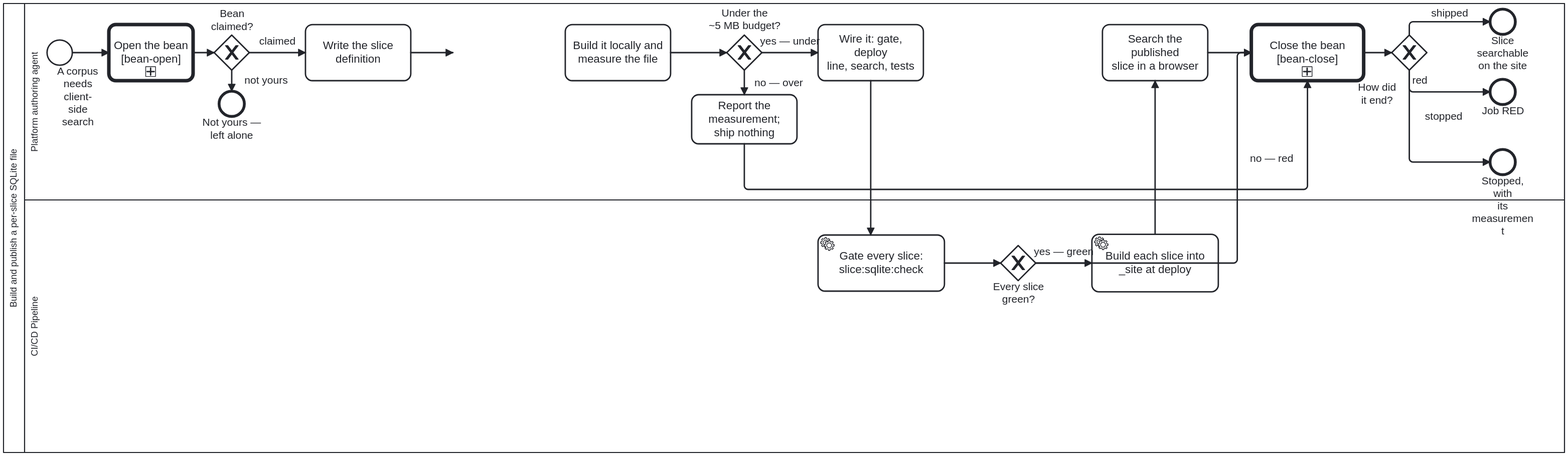
Above: docs/assets/img/workflows/slice-sqlite-publish.svg in litlfred/cat-harness (BPMN), before the change. Its source is kept beside it as processes/kg/slice-sqlite-publish.bpmn. Ids are renumbered.
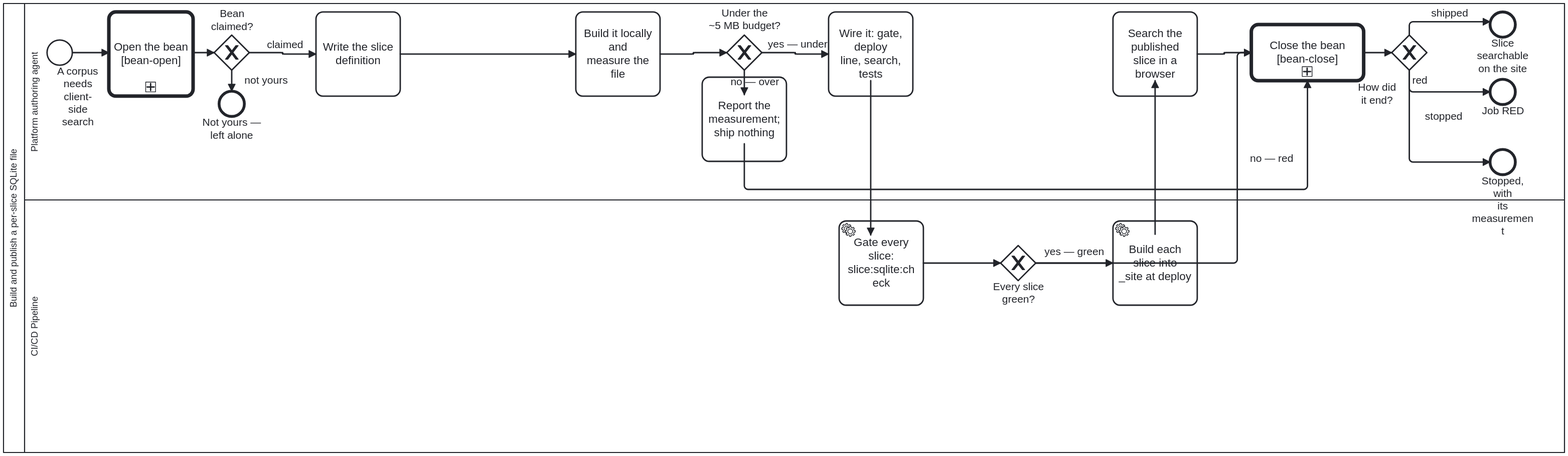
The same file after the commit.

What changed in the source:
```diff
@@ -196,29 +196,29 @@
       </bpmndi:BPMNShape>
       <bpmndi:BPMNShape id="Shape_Start_Need" bpmnElement="Start_Need">
         <dc:Bounds x="122" y="112" width="36" height="36" />
-        <bpmndi:BPMNLabel><dc:Bounds x="120.68" y="147.5" width="90" height="89" /></bpmndi:BPMNLabel>
-      </bpmndi:BPMNShape>
+
+      <bpmndi:BPMNLabel><dc:Bounds x="120.68" y="147.5" width="90" height="89" /></bpmndi:BPMNLabel></bpmndi:BPMNShape>
       <bpmndi:BPMNShape id="Shape_A_Define" bpmnElement="A_Define">
-        <dc:Bounds x="490" y="90" width="150" height="80" />
+        <dc:Bounds x="505" y="72" width="120" height="120" />
       </bpmndi:BPMNShape>
       <bpmndi:BPMNShape id="Shape_A_Measure" bpmnElement="A_Measure">
-        <dc:Bounds x="860" y="90" width="150" height="80" />
+        <dc:Bounds x="875" y="72" width="120" height="120" />
       </bpmndi:BPMNShape>
       <bpmndi:BPMNShape id="Shape_GW_Budget" bpmnElement="GW_Budget" isMarkerVisible="true">
         <dc:Bounds x="1090" y="105" width="50" height="50" />
-        <bpmndi:BPMNLabel><dc:Bounds x="1047.5" y="65" width="135" height="36" /></bpmndi:BPMNLabel>
-      </bpmndi:BPMNShape>
+
+      <bpmndi:BPMNLabel><dc:Bounds x="1047.5" y="65" width="135" height="36" /></bpmndi:BPMNLabel></bpmndi:BPMNShape>
       <bpmndi:BPMNShape id="Shape_A_Report" bpmnElement="A_Report">
-        <dc:Bounds x="1040" y="190" width="150" height="70" />
+        <dc:Bounds x="1055" y="165" width="120" height="120" />
       </bpmndi:BPMNShape>
       <bpmndi:BPMNShape id="Shape_End_Stopped" bpmnElement="End_Stopped">
         <dc:Bounds x="2177" y="268" width="36" height="36" />
       </bpmndi:BPMNShape>
       <bpmndi:BPMNShape id="Shape_A_Wire" bpmnElement="A_Wire">
-        <dc:Bounds x="1220" y="90" width="150" height="80" />
+        <dc:Bounds x="1235" y="72" width="120" height="120" />
       </bpmndi:BPMNShape>
       <bpmndi:BPMNShape id="Shape_A_Check" bpmnElement="A_Check">
-        <dc:Bounds x="1220" y="390" width="180" height="80" />
+        <dc:Bounds x="1250" y="370" width="120" height="120" />
       </bpmndi:BPMNShape>
       <bpmndi:BPMNShape id="Shape_GW_Green" bpmnElement="GW_Green" isMarkerVisible="true">
         <dc:Bounds x="1480" y="405" width="50" height="50" />
@@ -229,46 +229,57 @@
 
       </bpmndi:BPMNShape>
       <bpmndi:BPMNShape id="Shape_A_Deploy" bpmnElement="A_Deploy">
-        <dc:Bounds x="1610" y="389" width="180" height="82" />
+        <dc:Bounds x="1640" y="370" width="120" height="120" />
       </bpmndi:BPMNShape>
       <bpmndi:BPMNShape id="Shape_A_Verify" bpmnElement="A_Verify">
-        <dc:Bounds x="1625" y="90" width="150" height="80" />
+        <dc:Bounds x="1640" y="72" width="120" height="120" />
       </bpmndi:BPMNShape>
       <bpmndi:BPMNShape id="Shape_End_Shipped" bpmnElement="End_Shipped">
-        <dc:Bounds x="2177" y="68" width="36" height="36" />
+        <dc:Bounds x="2177" y="72" width="36" height="36" />
       </bpmndi:BPMNShape>
-      <bpmndi:BPMNEdge id="Edge_Flow_0" bpmnElement="Flow_0"><di:waypoint x="158" y="130"/><di:waypoint x="210" y="130"/></bpmndi:BPMNEdge>
+      <bpmndi:BPMNEdge id="Edge_Flow_0" bpmnElement="Flow_0">
+        <di:waypoint x="158" y="130" />
+        <di:waypoint x="210" y="130" />
+      </bpmndi:BPMNEdge>
       <bpmndi:BPMNEdge id="Edge_Flow_1" bpmnElement="Flow_1">
-        <di:waypoint x="640" y="130"/>
-        <di:waypoint x="700" y="130"/>
+        <di:waypoint x="625" y="132" />
+        <di:waypoint x="875" y="132" />
       </bpmndi:BPMNEdge>
       <bpmndi:BPMNEdge id="Edge_Flow_2" bpmnElement="Flow_2">
-        <di:waypoint x="1010" y="130" />
+        <di:waypoint x="995" y="132" />
+        <di:waypoint x="1042.5" y="132" />
+        <di:waypoint x="1042.5" y="130" />
         <di:waypoint x="1090" y="130" />
       </bpmndi:BPMNEdge>
       <bpmndi:BPMNEdge id="Edge_Flow_3" bpmnElement="Flow_3">
         <di:waypoint x="1140" y="130" />
-        <di:waypoint x="1220" y="130" />
+        <di:waypoint x="1187.5" y="130" />
+        <di:waypoint x="1187.5" y="132" />
+        <di:waypoint x="1235" y="132" />
+        <bpmndi:BPMNLabel><dc:Bounds x="1146" y="109" width="90" height="18" /></bpmndi:BPMNLabel>
       </bpmndi:BPMNEdge>
       <bpmndi:BPMNEdge id="Edge_Flow_4" bpmnElement="Flow_4">
         <di:waypoint x="1115" y="155" />
         <di:waypoint x="1115" y="190" />
 
-        <bpmndi:BPMNLabel><dc:Bounds x="1119" y="164" width="90" height="17" /></bpmndi:BPMNLabel>
-
       </bpmndi:BPMNEdge>
-      <bpmndi:BPMNEdge id="Edge_Flow_5" bpmnElement="Flow_5"><di:waypoint x="1115" y="260"/><di:waypoint x="1115" y="325"/><di:waypoint x="1917" y="325"/><di:waypoint x="1917" y="170"/></bpmndi:BPMNEdge>
+      <bpmndi:BPMNEdge id="Edge_Flow_5" bpmnElement="Flow_5">
+        <di:waypoint x="1115" y="260" />
+        <di:waypoint x="1115" y="325" />
+        <di:waypoint x="1917" y="325" />
+        <di:waypoint x="1917" y="170" />
+      </bpmndi:BPMNEdge>
       <bpmndi:BPMNEdge id="Edge_Flow_6" bpmnElement="Flow_6">
         <di:waypoint x="1295" y="170" />
         <di:waypoint x="1295" y="390" />
       </bpmndi:BPMNEdge>
       <bpmndi:BPMNEdge id="Edge_Flow_7" bpmnElement="Flow_7">
-        <di:waypoint x="1400" y="430" />
+        <di:waypoint x="1370" y="430" />
         <di:waypoint x="1480" y="430" />
       </bpmndi:BPMNEdge>
       <bpmndi:BPMNEdge id="Edge_Flow_8" bpmnElement="Flow_8">
         <di:waypoint x="1530" y="430" />
-        <di:waypoint x="1610" y="430" />
+        <di:waypoint x="1640" y="430" />
       </bpmndi:BPMNEdge>
       <bpmndi:BPMNEdge id="Edge_Flow_9" bpmnElement="Flow_9"><di:waypoint x="1530" y="430"/><di:waypoint x="1817" y="430"/><di:waypoint x="1817" y="130"/><di:waypoint x="1837" y="130"/>
         <bpmndi:BPMNLabel><dc:Bounds x="1821" y="271.5" width="90" height="17" /></bpmndi:BPMNLabel>
@@ -277,23 +288,40 @@
         <di:waypoint x="1700" y="389" />
         <di:waypoint x="1700" y="170" />
       </bpmndi:BPMNEdge>
-      <bpmndi:BPMNEdge id="Edge_Flow_11" bpmnElement="Flow_11"><di:waypoint x="1775" y="130"/><di:waypoint x="1837" y="130"/></bpmndi:BPMNEdge>
-      <bpmndi:BPMNShape id="Call_BeanOpen_di" bpmnElement="Call_BeanOpen"><dc:Bounds x="210" y="90" width="120" height="80" /></bpmndi:BPMNShape>
-      <bpmndi:BPMNEdge id="SF_Bean_1_di" bpmnElement="SF_Bean_1"><di:waypoint x="410" y="130"/><di:waypoint x="490" y="130"/></bpmndi:BPMNEdge>
+      <bpmndi:BPMNEdge id="Edge_Flow_11" bpmnElement="Flow_11">
+        <di:waypoint x="1760" y="132" />
+        <di:waypoint x="1798.5" y="132" />
+        <di:waypoint x="1798.5" y="130" />
+        <di:waypoint x="1837" y="130" />
+      </bpmndi:BPMNEdge>
+      <bpmndi:BPMNShape id="Call_BeanOpen_di" bpmnElement="Call_BeanOpen"><dc:Bounds x="210" y="72" width="120" height="120" /></bpmndi:BPMNShape>
+      <bpmndi:BPMNEdge id="SF_Bean_1_di" bpmnElement="SF_Bean_1">
+        <di:waypoint x="410" y="130" />
+        <di:waypoint x="457.5" y="130" />
+        <di:waypoint x="457.5" y="132" />
+        <di:waypoint x="505" y="132" />
+        <bpmndi:BPMNLabel><dc:Bounds x="416" y="110" width="90" height="17" /></bpmndi:BPMNLabel>
+      </bpmndi:BPMNEdge>
       <bpmndi:BPMNShape id="GW_BeanYours_di" bpmnElement="GW_BeanYours" isMarkerVisible="true"><dc:Bounds x="360" y="105" width="50" height="50" />
 
       <bpmndi:BPMNLabel><dc:Bounds x="340" y="66" width="90" height="35" /></bpmndi:BPMNLabel></bpmndi:BPMNShape>
       <bpmndi:BPMNShape id="End_BeanNotYours_di" bpmnElement="End_BeanNotYours"><dc:Bounds x="367" y="185" width="36" height="36" /></bpmndi:BPMNShape>
-      <bpmndi:BPMNEdge id="SF_Bean_2_di" bpmnElement="SF_Bean_2"><di:waypoint x="330" y="130"/><di:waypoint x="360" y="130"/></bpmndi:BPMNEdge>
+      <bpmndi:BPMNEdge id="SF_Bean_2_di" bpmnElement="SF_Bean_2">
+        <di:waypoint x="330" y="130" />
+        <di:waypoint x="360" y="130" />
+      </bpmndi:BPMNEdge>
       <bpmndi:BPMNEdge id="SF_Bean_3_di" bpmnElement="SF_Bean_3"><di:waypoint x="385" y="155"/><di:waypoint x="385" y="185"/>
         <bpmndi:BPMNLabel><dc:Bounds x="389" y="161" width="90" height="18" /></bpmndi:BPMNLabel>
       </bpmndi:BPMNEdge>
       <bpmndi:BPMNEdge id="SF_Bean_4_di" bpmnElement="SF_Bean_4"><di:waypoint x="2062" y="155"/><di:waypoint x="2062" y="186"/><di:waypoint x="2177" y="186"/></bpmndi:BPMNEdge>
-      <bpmndi:BPMNShape id="Shape_GW_BeanClosedHow" bpmnElement="GW_BeanClosedHow" isMarkerVisible="true"><dc:Bounds x="2037" y="105" width="50" height="50"/>
-        <bpmndi:BPMNLabel><dc:Bounds x="1971.08" y="170.5" width="90" height="35" /></bpmndi:BPMNLabel>
-      </bpmndi:BPMNShape>
+      <bpmndi:BPMNShape id="Shape_GW_BeanClosedHow" bpmnElement="GW_BeanClosedHow" isMarkerVisible="true"><dc:Bounds x="2037" y="105" width="50" height="50" />
+
+      <bpmndi:BPMNLabel><dc:Bounds x="1971.08" y="170.5" width="90" height="35" /></bpmndi:BPMNLabel></bpmndi:BPMNShape>
       <bpmndi:BPMNShape id="Call_BeanClose_2_di" bpmnElement="Call_BeanClose_2"><dc:Bounds x="1837" y="90" width="160" height="80" /></bpmndi:BPMNShape>
-      <bpmndi:BPMNEdge id="SF_Bean_5_di" bpmnElement="SF_Bean_5"><di:waypoint x="2062" y="105"/><di:waypoint x="2062" y="86"/><di:waypoint x="2177" y="86"/>
+      <bpmndi:BPMNEdge id="SF_Bean_5_di" bpmnElement="SF_Bean_5">
+        <di:waypoint x="2062" y="105" />
+        <di:waypoint x="2062" y="86" />
+        <di:waypoint x="2177" y="86" />
         <bpmndi:BPMNLabel><dc:Bounds x="2074.5" y="65" width="90" height="18" /></bpmndi:BPMNLabel>
       </bpmndi:BPMNEdge>
       <bpmndi:BPMNEdge id="SF_Bean_6_di" bpmnElement="SF_Bean_6"><di:waypoint x="2062" y="155"/><di:waypoint x="2062" y="286"/><di:waypoint x="2177" y="286"/>
```
